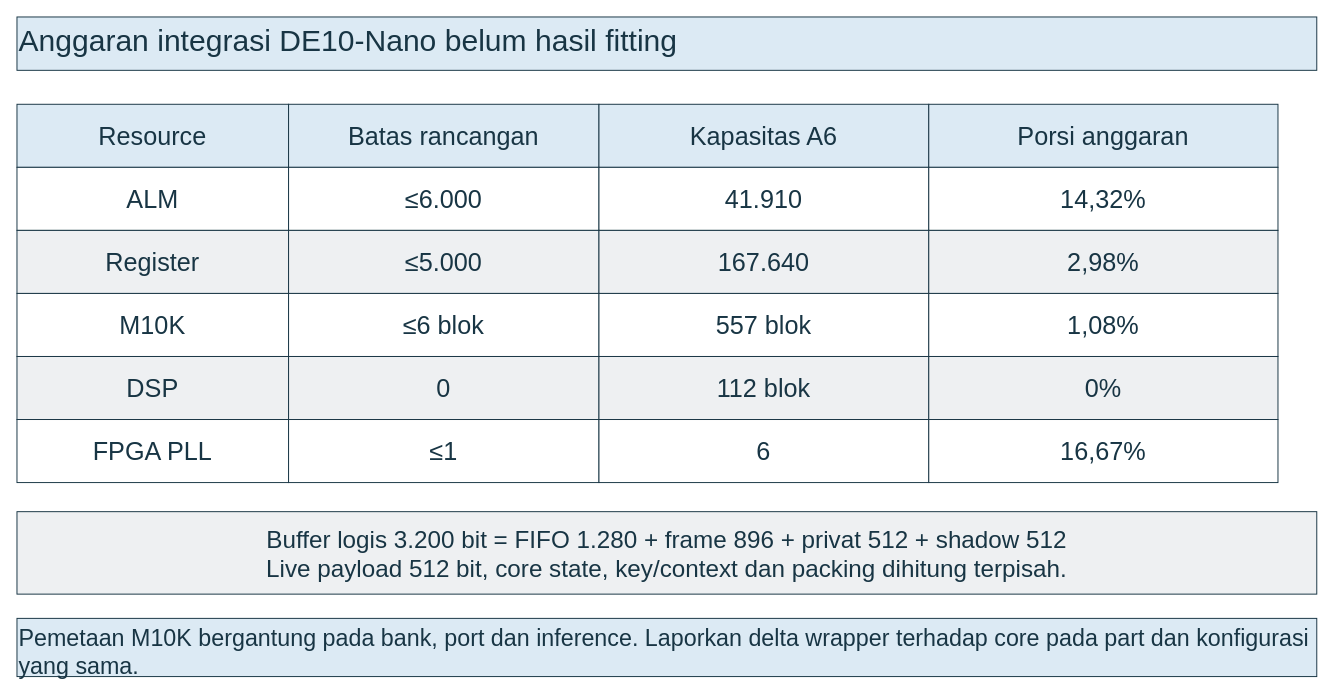
Before: page "04_budget" (4 of 4) of diagrams/SENTINEL_Design.drawio in Fijarsatria/SENTINEL, a draw.io diagram. Source tidied: cells renumbered, new cells numbered last; positions are measured from the earlier drawing's top-left corner, leaving out a move shared by most shapes. Both pictures are drawn from the tidied source at 97%, with x=0, y=0 at pixel (16, 16).
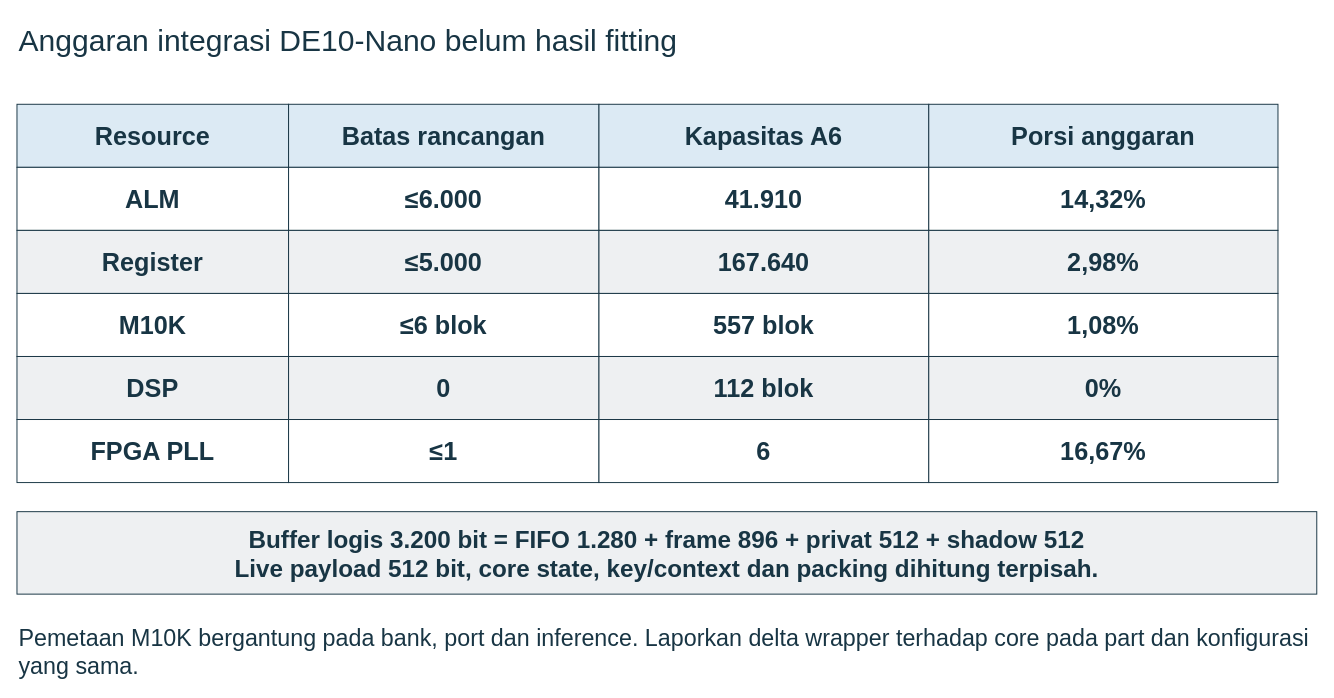
The same page after the edit.

What changed in the source:
```diff
@@
-    <mxCell id="2" value="Anggaran integrasi DE10-Nano   belum hasil fitting" style="text;strokeColor=none;fillColor=none;whiteSpace=wrap;html=1;fontFamily=Arial;fontSize=31;fontColor=#183544;strokeColor=#183544;fillColor=#DCEAF4;" parent="1" vertex="1">
+    <mxCell id="2" value="Anggaran integrasi DE10-Nano   belum hasil fitting" style="text;whiteSpace=wrap;html=1;fontFamily=Arial;fontSize=31;fontStyle=0;fontColor=#183544;strokeColor=none;fillColor=none;" parent="1" vertex="1">
       <mxGeometry width="1340" height="55" as="geometry" />
     </mxCell>
-    <mxCell id="3" value="Resource" style="rounded=0;whiteSpace=wrap;html=1;fontFamily=Arial;fontSize=26;fontColor=#183544;strokeColor=#183544;fillColor=#DCEAF4;" parent="1" vertex="1">
+    <mxCell id="3" value="Resource" style="rounded=0;whiteSpace=wrap;html=1;fontFamily=Arial;fontSize=26;fontStyle=1;fontColor=#183544;strokeColor=#183544;fillColor=#DCEAF4;" parent="1" vertex="1">
       <mxGeometry y="90" width="280" height="65" as="geometry" />
     </mxCell>
-    <mxCell id="4" value="Batas rancangan" style="rounded=0;whiteSpace=wrap;html=1;fontFamily=Arial;fontSize=26;fontColor=#183544;strokeColor=#183544;fillColor=#DCEAF4;" parent="1" vertex="1">
+    <mxCell id="4" value="Batas rancangan" style="rounded=0;whiteSpace=wrap;html=1;fontFamily=Arial;fontSize=26;fontStyle=1;fontColor=#183544;strokeColor=#183544;fillColor=#DCEAF4;" parent="1" vertex="1">
       <mxGeometry x="280" y="90" width="320" height="65" as="geometry" />
     </mxCell>
-    <mxCell id="5" value="Kapasitas A6" style="rounded=0;whiteSpace=wrap;html=1;fontFamily=Arial;fontSize=26;fontColor=#183544;strokeColor=#183544;fillColor=#DCEAF4;" parent="1" vertex="1">
+    <mxCell id="5" value="Kapasitas A6" style="rounded=0;whiteSpace=wrap;html=1;fontFamily=Arial;fontSize=26;fontStyle=1;fontColor=#183544;strokeColor=#183544;fillColor=#DCEAF4;" parent="1" vertex="1">
       <mxGeometry x="600" y="90" width="340" height="65" as="geometry" />
     </mxCell>
-    <mxCell id="6" value="Porsi anggaran" style="rounded=0;whiteSpace=wrap;html=1;fontFamily=Arial;fontSize=26;fontColor=#183544;strokeColor=#183544;fillColor=#DCEAF4;" parent="1" vertex="1">
+    <mxCell id="6" value="Porsi anggaran" style="rounded=0;whiteSpace=wrap;html=1;fontFamily=Arial;fontSize=26;fontStyle=1;fontColor=#183544;strokeColor=#183544;fillColor=#DCEAF4;" parent="1" vertex="1">
       <mxGeometry x="940" y="90" width="360" height="65" as="geometry" />
     </mxCell>
-    <mxCell id="7" value="ALM" style="rounded=0;whiteSpace=wrap;html=1;fontFamily=Arial;fontSize=26;fontColor=#183544;strokeColor=#183544;fillColor=#FFFFFF;" parent="1" vertex="1">
+    <mxCell id="7" value="ALM" style="rounded=0;whiteSpace=wrap;html=1;fontFamily=Arial;fontSize=26;fontStyle=1;fontColor=#183544;strokeColor=#183544;fillColor=#FFFFFF;" parent="1" vertex="1">
       <mxGeometry y="155" width="280" height="65" as="geometry" />
     </mxCell>
-    <mxCell id="8" value="≤6.000" style="rounded=0;whiteSpace=wrap;html=1;fontFamily=Arial;fontSize=26;fontColor=#183544;strokeColor=#183544;fillColor=#FFFFFF;" parent="1" vertex="1">
+    <mxCell id="8" value="≤6.000" style="rounded=0;whiteSpace=wrap;html=1;fontFamily=Arial;fontSize=26;fontStyle=1;fontColor=#183544;strokeColor=#183544;fillColor=#FFFFFF;" parent="1" vertex="1">
       <mxGeometry x="280" y="155" width="320" height="65" as="geometry" />
     </mxCell>
-    <mxCell id="9" value="41.910" style="rounded=0;whiteSpace=wrap;html=1;fontFamily=Arial;fontSize=26;fontColor=#183544;strokeColor=#183544;fillColor=#FFFFFF;" parent="1" vertex="1">
+    <mxCell id="9" value="41.910" style="rounded=0;whiteSpace=wrap;html=1;fontFamily=Arial;fontSize=26;fontStyle=1;fontColor=#183544;strokeColor=#183544;fillColor=#FFFFFF;" parent="1" vertex="1">
       <mxGeometry x="600" y="155" width="340" height="65" as="geometry" />
     </mxCell>
-    <mxCell id="10" value="14,32%" style="rounded=0;whiteSpace=wrap;html=1;fontFamily=Arial;fontSize=26;fontColor=#183544;strokeColor=#183544;fillColor=#FFFFFF;" parent="1" vertex="1">
+    <mxCell id="10" value="14,32%" style="rounded=0;whiteSpace=wrap;html=1;fontFamily=Arial;fontSize=26;fontStyle=1;fontColor=#183544;strokeColor=#183544;fillColor=#FFFFFF;" parent="1" vertex="1">
       <mxGeometry x="940" y="155" width="360" height="65" as="geometry" />
     </mxCell>
-    <mxCell id="11" value="Register" style="rounded=0;whiteSpace=wrap;html=1;fontFamily=Arial;fontSize=26;fontColor=#183544;strokeColor=#183544;fillColor=#EEF0F2;" parent="1" vertex="1">
+    <mxCell id="11" value="Register" style="rounded=0;whiteSpace=wrap;html=1;fontFamily=Arial;fontSize=26;fontStyle=1;fontColor=#183544;strokeColor=#183544;fillColor=#EEF0F2;" parent="1" vertex="1">
       <mxGeometry y="220" width="280" height="65" as="geometry" />
     </mxCell>
-    <mxCell id="12" value="≤5.000" style="rounded=0;whiteSpace=wrap;html=1;fontFamily=Arial;fontSize=26;fontColor=#183544;strokeColor=#183544;fillColor=#EEF0F2;" parent="1" vertex="1">
+    <mxCell id="12" value="≤5.000" style="rounded=0;whiteSpace=wrap;html=1;fontFamily=Arial;fontSize=26;fontStyle=1;fontColor=#183544;strokeColor=#183544;fillColor=#EEF0F2;" parent="1" vertex="1">
       <mxGeometry x="280" y="220" width="320" height="65" as="geometry" />
     </mxCell>
-    <mxCell id="13" value="167.640" style="rounded=0;whiteSpace=wrap;html=1;fontFamily=Arial;fontSize=26;fontColor=#183544;strokeColor=#183544;fillColor=#EEF0F2;" parent="1" vertex="1">
+    <mxCell id="13" value="167.640" style="rounded=0;whiteSpace=wrap;html=1;fontFamily=Arial;fontSize=26;fontStyle=1;fontColor=#183544;strokeColor=#183544;fillColor=#EEF0F2;" parent="1" vertex="1">
       <mxGeometry x="600" y="220" width="340" height="65" as="geometry" />
     </mxCell>
-    <mxCell id="14" value="2,98%" style="rounded=0;whiteSpace=wrap;html=1;fontFamily=Arial;fontSize=26;fontColor=#183544;strokeColor=#183544;fillColor=#EEF0F2;" parent="1" vertex="1">
+    <mxCell id="14" value="2,98%" style="rounded=0;whiteSpace=wrap;html=1;fontFamily=Arial;fontSize=26;fontStyle=1;fontColor=#183544;strokeColor=#183544;fillColor=#EEF0F2;" parent="1" vertex="1">
       <mxGeometry x="940" y="220" width="360" height="65" as="geometry" />
     </mxCell>
-    <mxCell id="15" value="M10K" style="rounded=0;whiteSpace=wrap;html=1;fontFamily=Arial;fontSize=26;fontColor=#183544;strokeColor=#183544;fillColor=#FFFFFF;" parent="1" vertex="1">
+    <mxCell id="15" value="M10K" style="rounded=0;whiteSpace=wrap;html=1;fontFamily=Arial;fontSize=26;fontStyle=1;fontColor=#183544;strokeColor=#183544;fillColor=#FFFFFF;" parent="1" vertex="1">
       <mxGeometry y="285" width="280" height="65" as="geometry" />
     </mxCell>
-    <mxCell id="16" value="≤6 blok" style="rounded=0;whiteSpace=wrap;html=1;fontFamily=Arial;fontSize=26;fontColor=#183544;strokeColor=#183544;fillColor=#FFFFFF;" parent="1" vertex="1">
+    <mxCell id="16" value="≤6 blok" style="rounded=0;whiteSpace=wrap;html=1;fontFamily=Arial;fontSize=26;fontStyle=1;fontColor=#183544;strokeColor=#183544;fillColor=#FFFFFF;" parent="1" vertex="1">
       <mxGeometry x="280" y="285" width="320" height="65" as="geometry" />
     </mxCell>
-    <mxCell id="17" value="557 blok" style="rounded=0;whiteSpace=wrap;html=1;fontFamily=Arial;fontSize=26;fontColor=#183544;strokeColor=#183544;fillColor=#FFFFFF;" parent="1" vertex="1">
+    <mxCell id="17" value="557 blok" style="rounded=0;whiteSpace=wrap;html=1;fontFamily=Arial;fontSize=26;fontStyle=1;fontColor=#183544;strokeColor=#183544;fillColor=#FFFFFF;" parent="1" vertex="1">
       <mxGeometry x="600" y="285" width="340" height="65" as="geometry" />
     </mxCell>
-    <mxCell id="18" value="1,08%" style="rounded=0;whiteSpace=wrap;html=1;fontFamily=Arial;fontSize=26;fontColor=#183544;strokeColor=#183544;fillColor=#FFFFFF;" parent="1" vertex="1">
+    <mxCell id="18" value="1,08%" style="rounded=0;whiteSpace=wrap;html=1;fontFamily=Arial;fontSize=26;fontStyle=1;fontColor=#183544;strokeColor=#183544;fillColor=#FFFFFF;" parent="1" vertex="1">
       <mxGeometry x="940" y="285" width="360" height="65" as="geometry" />
     </mxCell>
-    <mxCell id="19" value="DSP" style="rounded=0;whiteSpace=wrap;html=1;fontFamily=Arial;fontSize=26;fontColor=#183544;strokeColor=#183544;fillColor=#EEF0F2;" parent="1" vertex="1">
+    <mxCell id="19" value="DSP" style="rounded=0;whiteSpace=wrap;html=1;fontFamily=Arial;fontSize=26;fontStyle=1;fontColor=#183544;strokeColor=#183544;fillColor=#EEF0F2;" parent="1" vertex="1">
       <mxGeometry y="350" width="280" height="65" as="geometry" />
     </mxCell>
-    <mxCell id="20" value="0" style="rounded=0;whiteSpace=wrap;html=1;fontFamily=Arial;fontSize=26;fontColor=#183544;strokeColor=#183544;fillColor=#EEF0F2;" parent="1" vertex="1">
+    <mxCell id="20" value="0" style="rounded=0;whiteSpace=wrap;html=1;fontFamily=Arial;fontSize=26;fontStyle=1;fontColor=#183544;strokeColor=#183544;fillColor=#EEF0F2;" parent="1" vertex="1">
       <mxGeometry x="280" y="350" width="320" height="65" as="geometry" />
     </mxCell>
-    <mxCell id="21" value="112 blok" style="rounded=0;whiteSpace=wrap;html=1;fontFamily=Arial;fontSize=26;fontColor=#183544;strokeColor=#183544;fillColor=#EEF0F2;" parent="1" vertex="1">
+    <mxCell id="21" value="112 blok" style="rounded=0;whiteSpace=wrap;html=1;fontFamily=Arial;fontSize=26;fontStyle=1;fontColor=#183544;strokeColor=#183544;fillColor=#EEF0F2;" parent="1" vertex="1">
       <mxGeometry x="600" y="350" width="340" height="65" as="geometry" />
     </mxCell>
-    <mxCell id="22" value="0%" style="rounded=0;whiteSpace=wrap;html=1;fontFamily=Arial;fontSize=26;fontColor=#183544;strokeColor=#183544;fillColor=#EEF0F2;" parent="1" vertex="1">
+    <mxCell id="22" value="0%" style="rounded=0;whiteSpace=wrap;html=1;fontFamily=Arial;fontSize=26;fontStyle=1;fontColor=#183544;strokeColor=#183544;fillColor=#EEF0F2;" parent="1" vertex="1">
       <mxGeometry x="940" y="350" width="360" height="65" as="geometry" />
     </mxCell>
-    <mxCell id="23" value="FPGA PLL" style="rounded=0;whiteSpace=wrap;html=1;fontFamily=Arial;fontSize=26;fontColor=#183544;strokeColor=#183544;fillColor=#FFFFFF;" parent="1" vertex="1">
+    <mxCell id="23" value="FPGA PLL" style="rounded=0;whiteSpace=wrap;html=1;fontFamily=Arial;fontSize=26;fontStyle=1;fontColor=#183544;strokeColor=#183544;fillColor=#FFFFFF;" parent="1" vertex="1">
       <mxGeometry y="415" width="280" height="65" as="geometry" />
     </mxCell>
-    <mxCell id="24" value="≤1" style="rounded=0;whiteSpace=wrap;html=1;fontFamily=Arial;fontSize=26;fontColor=#183544;strokeColor=#183544;fillColor=#FFFFFF;" parent="1" vertex="1">
+    <mxCell id="24" value="≤1" style="rounded=0;whiteSpace=wrap;html=1;fontFamily=Arial;fontSize=26;fontStyle=1;fontColor=#183544;strokeColor=#183544;fillColor=#FFFFFF;" parent="1" vertex="1">
       <mxGeometry x="280" y="415" width="320" height="65" as="geometry" />
     </mxCell>
-    <mxCell id="25" value="6" style="rounded=0;whiteSpace=wrap;html=1;fontFamily=Arial;fontSize=26;fontColor=#183544;strokeColor=#183544;fillColor=#FFFFFF;" parent="1" vertex="1">
+    <mxCell id="25" value="6" style="rounded=0;whiteSpace=wrap;html=1;fontFamily=Arial;fontSize=26;fontStyle=1;fontColor=#183544;strokeColor=#183544;fillColor=#FFFFFF;" parent="1" vertex="1">
       <mxGeometry x="600" y="415" width="340" height="65" as="geometry" />
     </mxCell>
-    <mxCell id="26" value="16,67%" style="rounded=0;whiteSpace=wrap;html=1;fontFamily=Arial;fontSize=26;fontColor=#183544;strokeColor=#183544;fillColor=#FFFFFF;" parent="1" vertex="1">
+    <mxCell id="26" value="16,67%" style="rounded=0;whiteSpace=wrap;html=1;fontFamily=Arial;fontSize=26;fontStyle=1;fontColor=#183544;strokeColor=#183544;fillColor=#FFFFFF;" parent="1" vertex="1">
       <mxGeometry x="940" y="415" width="360" height="65" as="geometry" />
     </mxCell>
-    <mxCell id="27" value="Buffer logis 3.200 bit = FIFO 1.280 + frame 896 + privat 512 + shadow 512&lt;br&gt;Live payload 512 bit, core state, key/context dan packing dihitung terpisah." style="rounded=0;whiteSpace=wrap;html=1;fontFamily=Arial;fontSize=25;fontColor=#183544;strokeColor=#183544;fillColor=#EEF0F2;" parent="1" vertex="1">
+    <mxCell id="27" value="Buffer logis 3.200 bit = FIFO 1.280 + frame 896 + privat 512 + shadow 512&lt;br&gt;Live payload 512 bit, core state, key/context dan packing dihitung terpisah." style="rounded=0;whiteSpace=wrap;html=1;fontFamily=Arial;fontSize=25;fontStyle=1;fontColor=#183544;strokeColor=#183544;fillColor=#EEF0F2;" parent="1" vertex="1">
       <mxGeometry y="510" width="1340" height="85" as="geometry" />
     </mxCell>
-    <mxCell id="28" value="Pemetaan M10K bergantung pada bank, port dan inference. Laporkan delta wrapper terhadap core pada part dan konfigurasi yang sama." style="text;strokeColor=none;fillColor=none;whiteSpace=wrap;html=1;fontFamily=Arial;fontSize=24;fontColor=#183544;strokeColor=#183544;fillColor=#DCEAF4;" parent="1" vertex="1">
+    <mxCell id="28" value="Pemetaan M10K bergantung pada bank, port dan inference. Laporkan delta wrapper terhadap core pada part dan konfigurasi yang sama." style="text;whiteSpace=wrap;html=1;fontFamily=Arial;fontSize=24;fontStyle=0;fontColor=#183544;strokeColor=none;fillColor=none;" parent="1" vertex="1">
       <mxGeometry y="620" width="1340" height="60" as="geometry" />
     </mxCell>
```
